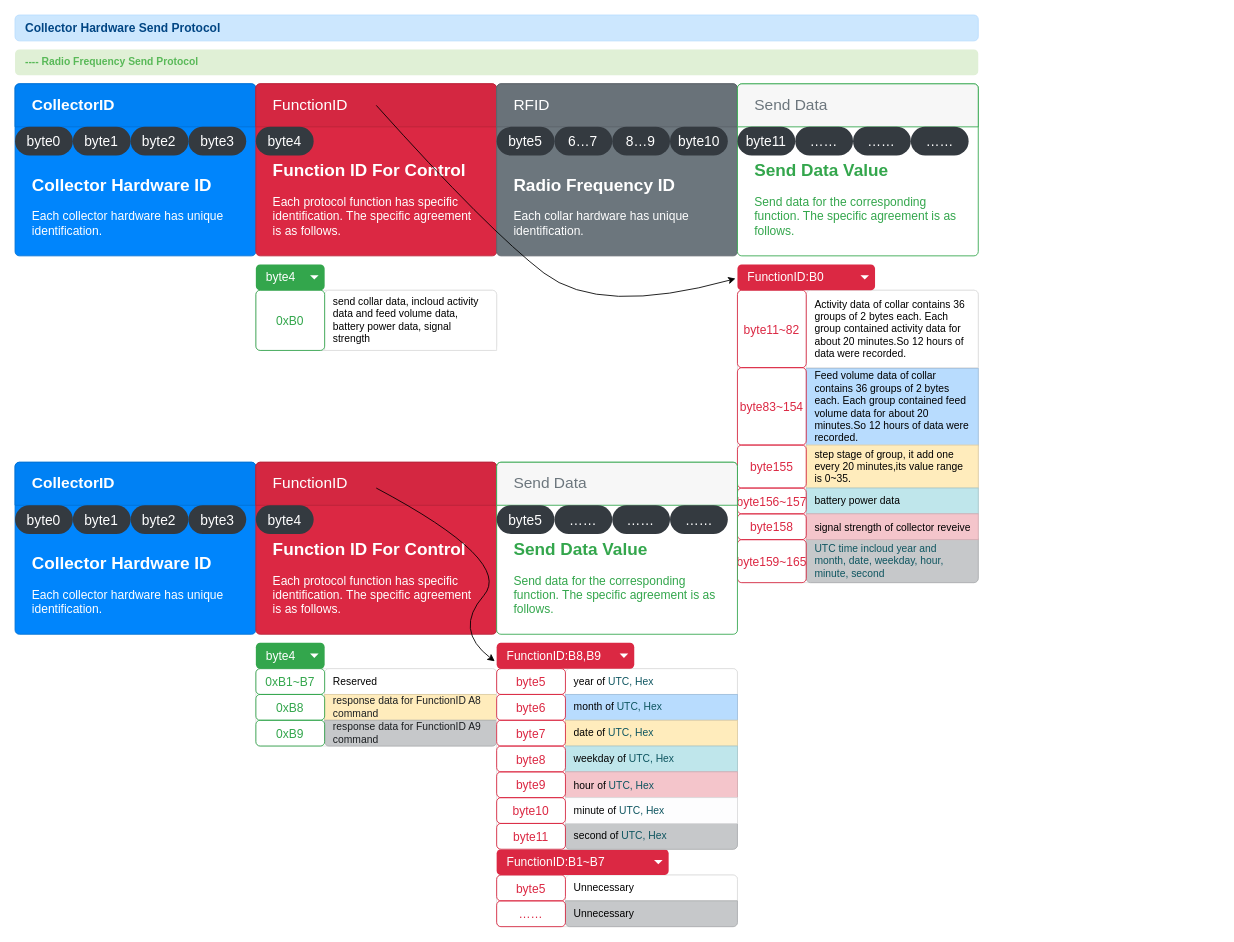
Earlier version of the draw.io diagram page "Collector Hardware Send Protocol" (2 of 5) of Doc/Hardware Protocol.drawio (phoenix9668/Collector). Source tidied: cells renumbered, new cells numbered last; positions are measured from the earlier drawing's top-left corner, leaving out a move shared by most shapes. Both pictures are drawn from the tidied source at 86%, with x=0, y=0 at pixel (15, 15).
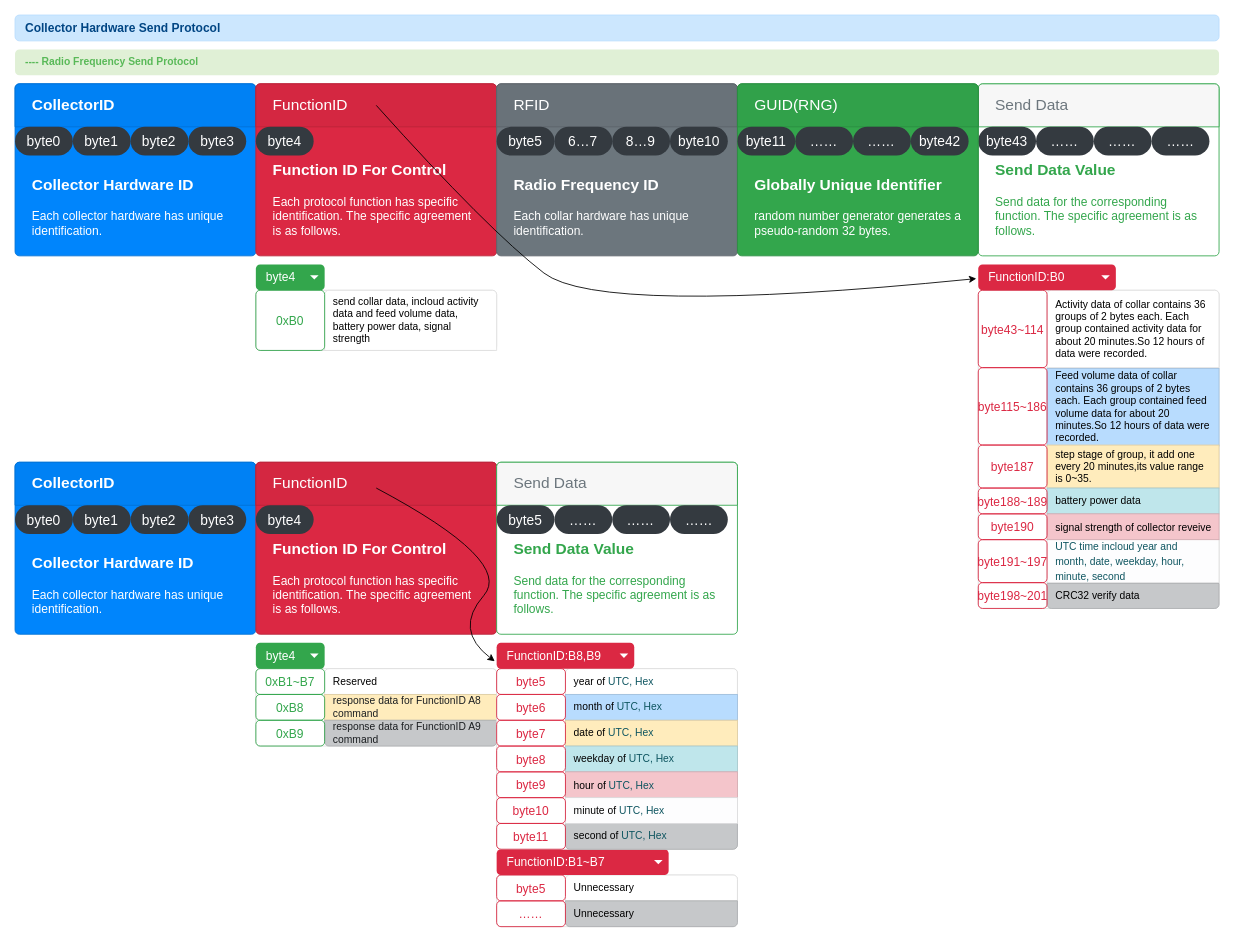
The same diagram, later.

Change to the diagram source:
```diff
@@
-    <mxCell id="9" value="&lt;span style=&quot;font-size: 20px&quot;&gt;&lt;b&gt;Collector Hardware ID&amp;nbsp;&lt;/b&gt;&lt;/span&gt;&lt;br style=&quot;font-size: 14px&quot;&gt;&lt;br style=&quot;font-size: 14px&quot;&gt;Each collector hardware has unique identification." style="html=1;shadow=0;dashed=0;shape=mxgraph.bootstrap.rrect;rSize=5;strokeColor=#0071D5;html=1;whiteSpace=wrap;fillColor=#0085FC;fontColor=#ffffff;verticalAlign=bottom;align=left;spacing=20;spacingBottom=0;fontSize=14;" parent="1" vertex="1">
+    <mxCell id="9" value="&lt;b&gt;&lt;font style=&quot;font-size: 18px&quot;&gt;Collector Hardware ID&amp;nbsp;&lt;/font&gt;&lt;/b&gt;&lt;br style=&quot;font-size: 14px&quot;&gt;&lt;br style=&quot;font-size: 14px&quot;&gt;Each collector hardware has unique identification." style="html=1;shadow=0;dashed=0;shape=mxgraph.bootstrap.rrect;rSize=5;strokeColor=#0071D5;html=1;whiteSpace=wrap;fillColor=#0085FC;fontColor=#ffffff;verticalAlign=bottom;align=left;spacing=20;spacingBottom=0;fontSize=14;" parent="1" vertex="1">
       <mxGeometry y="80" width="280" height="200" as="geometry" />
     </mxCell>
@@
-    <mxCell id="15" value="&lt;b&gt;&lt;span style=&quot;font-size: 20px&quot;&gt;Function ID For Control&amp;nbsp;&lt;/span&gt;&lt;/b&gt;&lt;br style=&quot;font-size: 14px&quot;&gt;&lt;br style=&quot;font-size: 14px&quot;&gt;Each protocol function has specific identification. The specific agreement is as follows." style="html=1;shadow=0;dashed=0;shape=mxgraph.bootstrap.rrect;rSize=5;strokeColor=#BA2239;html=1;whiteSpace=wrap;fillColor=#DB2843;fontColor=#ffffff;verticalAlign=bottom;align=left;spacing=20;spacingBottom=0;fontSize=14;" parent="1" vertex="1">
+    <mxCell id="15" value="&lt;b&gt;&lt;font style=&quot;font-size: 18px&quot;&gt;Function ID For Control&lt;/font&gt;&lt;span style=&quot;font-size: 20px&quot;&gt;&amp;nbsp;&lt;/span&gt;&lt;/b&gt;&lt;br style=&quot;font-size: 14px&quot;&gt;&lt;br style=&quot;font-size: 14px&quot;&gt;Each protocol function has specific identification. The specific agreement is as follows." style="html=1;shadow=0;dashed=0;shape=mxgraph.bootstrap.rrect;rSize=5;strokeColor=#BA2239;html=1;whiteSpace=wrap;fillColor=#DB2843;fontColor=#ffffff;verticalAlign=bottom;align=left;spacing=20;spacingBottom=0;fontSize=14;" parent="1" vertex="1">
       <mxGeometry x="280" y="80" width="280" height="200" as="geometry" />
     </mxCell>
@@
-    <mxCell id="23" value="&lt;span style=&quot;font-size: 20px&quot;&gt;&lt;b&gt;Radio Frequency ID&lt;/b&gt;&lt;/span&gt;&lt;br style=&quot;font-size: 14px&quot;&gt;&lt;br style=&quot;font-size: 14px&quot;&gt;Each collar hardware has unique identification." style="html=1;shadow=0;dashed=0;shape=mxgraph.bootstrap.rrect;rSize=5;strokeColor=#5B646A;html=1;whiteSpace=wrap;fillColor=#6C767D;fontColor=#ffffff;verticalAlign=bottom;align=left;spacing=20;spacingBottom=0;fontSize=14;" parent="1" vertex="1">
+    <mxCell id="23" value="&lt;b&gt;&lt;font style=&quot;font-size: 18px&quot;&gt;Radio Frequency ID&lt;/font&gt;&lt;/b&gt;&lt;br style=&quot;font-size: 14px&quot;&gt;&lt;br style=&quot;font-size: 14px&quot;&gt;Each collar hardware has unique identification." style="html=1;shadow=0;dashed=0;shape=mxgraph.bootstrap.rrect;rSize=5;strokeColor=#5B646A;html=1;whiteSpace=wrap;fillColor=#6C767D;fontColor=#ffffff;verticalAlign=bottom;align=left;spacing=20;spacingBottom=0;fontSize=14;" parent="1" vertex="1">
       <mxGeometry x="560" y="80" width="280" height="200" as="geometry" />
     </mxCell>
@@
-    <mxCell id="29" value="&lt;b&gt;&lt;font style=&quot;font-size: 20px&quot;&gt;Send Data Value&lt;/font&gt;&lt;/b&gt;&lt;br style=&quot;font-size: 14px&quot;&gt;&lt;br style=&quot;font-size: 14px&quot;&gt;Send data for the corresponding function. The specific agreement is as follows." style="html=1;shadow=0;dashed=0;shape=mxgraph.bootstrap.rrect;rSize=5;strokeColor=#33A64C;html=1;whiteSpace=wrap;fillColor=#ffffff;fontColor=#33A64C;verticalAlign=bottom;align=left;spacing=20;spacingBottom=0;fontSize=14;" parent="1" vertex="1">
-      <mxGeometry x="840" y="80" width="280" height="200" as="geometry" />
+    <mxCell id="29" value="&lt;b&gt;&lt;font style=&quot;font-size: 18px&quot;&gt;Send Data Value&lt;/font&gt;&lt;/b&gt;&lt;br style=&quot;font-size: 14px&quot;&gt;&lt;br style=&quot;font-size: 14px&quot;&gt;Send data for the corresponding function. The specific agreement is as follows." style="html=1;shadow=0;dashed=0;shape=mxgraph.bootstrap.rrect;rSize=5;strokeColor=#33A64C;html=1;whiteSpace=wrap;fillColor=#ffffff;fontColor=#33A64C;verticalAlign=bottom;align=left;spacing=20;spacingBottom=0;fontSize=14;" parent="1" vertex="1">
+      <mxGeometry x="1120" y="80" width="280" height="200" as="geometry" />
     </mxCell>
@@
-    <mxCell id="31" value="&lt;span style=&quot;font-size: 16px ; font-weight: 400&quot;&gt;byte11&lt;/span&gt;" style="rounded=1;whiteSpace=wrap;html=1;arcSize=50;strokeColor=none;strokeWidth=1;fillColor=#343A40;fontColor=#ffffff;whiteSpace=wrap;align=center;verticalAlign=middle;spacingLeft=0;fontStyle=1;fontSize=14;spacing=10;" parent="29" vertex="1">
+    <mxCell id="31" value="&lt;span style=&quot;font-size: 16px ; font-weight: 400&quot;&gt;byte43&lt;/span&gt;" style="rounded=1;whiteSpace=wrap;html=1;arcSize=50;strokeColor=none;strokeWidth=1;fillColor=#343A40;fontColor=#ffffff;whiteSpace=wrap;align=center;verticalAlign=middle;spacingLeft=0;fontStyle=1;fontSize=14;spacing=10;" parent="29" vertex="1">
       <mxGeometry y="50" width="67.2" height="33.3" as="geometry" />
     </mxCell>
@@
     <mxCell id="37" value="&lt;b&gt;Collector Hardware Send Protocol&lt;/b&gt;" style="html=1;shadow=0;dashed=0;shape=mxgraph.bootstrap.rrect;rSize=5;strokeColor=#B8DCFE;strokeWidth=1;fillColor=#CCE7FE;fontColor=#004583;whiteSpace=wrap;align=left;verticalAlign=middle;spacingLeft=10;fontSize=14;" parent="1" vertex="1">
-      <mxGeometry width="1120" height="30" as="geometry" />
+      <mxGeometry width="1400" height="30" as="geometry" />
     </mxCell>
     <mxCell id="38" style="html=1;shadow=0;dashed=0;shape=mxgraph.bootstrap.rrect;rSize=5;strokeColor=#DFDFDF;html=1;whiteSpace=wrap;fillColor=#FFFFFF;fontColor=#000000;" parent="1" vertex="1">
-      <mxGeometry x="840" y="320" width="280" height="340" as="geometry" />
+      <mxGeometry x="1120" y="320" width="280" height="370" as="geometry" />
     </mxCell>
+    <mxCell id="95" value="&lt;span style=&quot;color: rgb(14 , 85 , 96) ; font-size: 12px&quot;&gt;UTC time incloud year and month, date, weekday, hour, minute, second&lt;/span&gt;" style="html=1;fillColor=#FDFDFE;strokeColor=#DDDDDE;fontColor=#818182;shadow=0;dashed=0;perimeter=none;whiteSpace=wrap;align=left;spacing=10;fontSize=14;" parent="38" vertex="1">
+      <mxGeometry x="80" y="290" width="200" height="50" as="geometry" />
+    </mxCell>
@@
-    <mxCell id="43" value="&lt;span style=&quot;color: rgb(14 , 85 , 96)&quot;&gt;UTC time incloud year and month, date, weekday, hour, minute, second&lt;/span&gt;" style="html=1;shadow=0;dashed=0;shape=mxgraph.bootstrap.bottomButton;fillColor=#C6C8CA;strokeColor=#ADAFB1;fontColor=#1B1E21;rSize=5;perimeter=none;whiteSpace=wrap;align=left;spacing=10;" parent="38" vertex="1">
-      <mxGeometry y="1" width="200" height="51" relative="1" as="geometry">
-        <mxPoint x="80" y="-51" as="offset" />
+    <mxCell id="43" value="&lt;span style=&quot;color: rgb(0 , 0 , 0)&quot;&gt;CRC32 verify data&lt;/span&gt;" style="html=1;shadow=0;dashed=0;shape=mxgraph.bootstrap.bottomButton;fillColor=#C6C8CA;strokeColor=#ADAFB1;fontColor=#1B1E21;rSize=5;perimeter=none;whiteSpace=wrap;align=left;spacing=10;" parent="38" vertex="1">
+      <mxGeometry y="1" width="200" height="29" relative="1" as="geometry">
+        <mxPoint x="80" y="-29" as="offset" />
       </mxGeometry>
     </mxCell>
-    <mxCell id="44" value="&lt;font style=&quot;font-size: 14px&quot; color=&quot;#db2843&quot;&gt;byte11~82&lt;/font&gt;" style="html=1;shadow=0;dashed=0;shape=mxgraph.bootstrap.rrect;rSize=5;strokeColor=#DB2843;strokeWidth=1;fillColor=none;fontColor=#33A64C;whiteSpace=wrap;align=center;verticalAlign=middle;spacingLeft=0;fontStyle=0;fontSize=16;spacing=5;" parent="38" vertex="1">
+    <mxCell id="44" value="&lt;font style=&quot;font-size: 14px&quot; color=&quot;#db2843&quot;&gt;byte43~114&lt;/font&gt;" style="html=1;shadow=0;dashed=0;shape=mxgraph.bootstrap.rrect;rSize=5;strokeColor=#DB2843;strokeWidth=1;fillColor=none;fontColor=#33A64C;whiteSpace=wrap;align=center;verticalAlign=middle;spacingLeft=0;fontStyle=0;fontSize=16;spacing=5;" parent="38" vertex="1">
       <mxGeometry width="80" height="90" as="geometry" />
     </mxCell>
-    <mxCell id="45" value="&lt;span style=&quot;color: rgb(219 , 40 , 67) ; font-size: 14px&quot;&gt;byte155&lt;/span&gt;" style="html=1;shadow=0;dashed=0;shape=mxgraph.bootstrap.rrect;rSize=5;strokeColor=#DB2843;strokeWidth=1;fillColor=none;fontColor=#33A64C;whiteSpace=wrap;align=center;verticalAlign=middle;spacingLeft=0;fontStyle=0;fontSize=16;spacing=5;" parent="38" vertex="1">
+    <mxCell id="45" value="&lt;span style=&quot;color: rgb(219 , 40 , 67) ; font-size: 14px&quot;&gt;byte187&lt;/span&gt;" style="html=1;shadow=0;dashed=0;shape=mxgraph.bootstrap.rrect;rSize=5;strokeColor=#DB2843;strokeWidth=1;fillColor=none;fontColor=#33A64C;whiteSpace=wrap;align=center;verticalAlign=middle;spacingLeft=0;fontStyle=0;fontSize=16;spacing=5;" parent="38" vertex="1">
       <mxGeometry y="180" width="80" height="50" as="geometry" />
     </mxCell>
@@
-    <mxCell id="47" value="&lt;span style=&quot;color: rgb(219 , 40 , 67) ; font-size: 14px&quot;&gt;byte156~157&lt;/span&gt;" style="html=1;shadow=0;dashed=0;shape=mxgraph.bootstrap.rrect;rSize=5;strokeColor=#DB2843;strokeWidth=1;fillColor=none;fontColor=#33A64C;whiteSpace=wrap;align=center;verticalAlign=middle;spacingLeft=0;fontStyle=0;fontSize=16;spacing=5;" parent="38" vertex="1">
+    <mxCell id="47" value="&lt;span style=&quot;color: rgb(219 , 40 , 67) ; font-size: 14px&quot;&gt;byte188~189&lt;/span&gt;" style="html=1;shadow=0;dashed=0;shape=mxgraph.bootstrap.rrect;rSize=5;strokeColor=#DB2843;strokeWidth=1;fillColor=none;fontColor=#33A64C;whiteSpace=wrap;align=center;verticalAlign=middle;spacingLeft=0;fontStyle=0;fontSize=16;spacing=5;" parent="38" vertex="1">
       <mxGeometry y="230" width="80" height="30" as="geometry" />
     </mxCell>
-    <mxCell id="48" value="&lt;span style=&quot;color: rgb(219 , 40 , 67) ; font-size: 14px&quot;&gt;byte158&lt;/span&gt;" style="html=1;shadow=0;dashed=0;shape=mxgraph.bootstrap.rrect;rSize=5;strokeColor=#DB2843;strokeWidth=1;fillColor=none;fontColor=#33A64C;whiteSpace=wrap;align=center;verticalAlign=middle;spacingLeft=0;fontStyle=0;fontSize=16;spacing=5;" parent="38" vertex="1">
-      <mxGeometry y="260" width="80" height="30" as="geometry" />
+    <mxCell id="48" value="&lt;span style=&quot;color: rgb(219 , 40 , 67) ; font-size: 14px&quot;&gt;byte191~197&lt;/span&gt;" style="html=1;shadow=0;dashed=0;shape=mxgraph.bootstrap.rrect;rSize=5;strokeColor=#DB2843;strokeWidth=1;fillColor=none;fontColor=#33A64C;whiteSpace=wrap;align=center;verticalAlign=middle;spacingLeft=0;fontStyle=0;fontSize=16;spacing=5;" parent="38" vertex="1">
+      <mxGeometry y="290" width="80" height="50" as="geometry" />
     </mxCell>
-    <mxCell id="49" value="&lt;span style=&quot;color: rgb(219 , 40 , 67) ; font-size: 14px&quot;&gt;byte159~165&lt;/span&gt;" style="html=1;shadow=0;dashed=0;shape=mxgraph.bootstrap.rrect;rSize=5;strokeColor=#DB2843;strokeWidth=1;fillColor=none;fontColor=#33A64C;whiteSpace=wrap;align=center;verticalAlign=middle;spacingLeft=0;fontStyle=0;fontSize=16;spacing=5;" parent="38" vertex="1">
-      <mxGeometry y="290" width="80" height="50" as="geometry" />
+    <mxCell id="49" value="&lt;span style=&quot;color: rgb(219 , 40 , 67) ; font-size: 14px&quot;&gt;byte198~201&lt;/span&gt;" style="html=1;shadow=0;dashed=0;shape=mxgraph.bootstrap.rrect;rSize=5;strokeColor=#DB2843;strokeWidth=1;fillColor=none;fontColor=#33A64C;whiteSpace=wrap;align=center;verticalAlign=middle;spacingLeft=0;fontStyle=0;fontSize=16;spacing=5;" parent="38" vertex="1">
+      <mxGeometry y="340" width="80" height="30" as="geometry" />
     </mxCell>
-    <mxCell id="50" value="&lt;font style=&quot;font-size: 14px&quot; color=&quot;#db2843&quot;&gt;byte83~154&lt;/font&gt;" style="html=1;shadow=0;dashed=0;shape=mxgraph.bootstrap.rrect;rSize=5;strokeColor=#DB2843;strokeWidth=1;fillColor=none;fontColor=#33A64C;whiteSpace=wrap;align=center;verticalAlign=middle;spacingLeft=0;fontStyle=0;fontSize=16;spacing=5;" parent="38" vertex="1">
+    <mxCell id="50" value="&lt;font style=&quot;font-size: 14px&quot; color=&quot;#db2843&quot;&gt;byte115~186&lt;/font&gt;" style="html=1;shadow=0;dashed=0;shape=mxgraph.bootstrap.rrect;rSize=5;strokeColor=#DB2843;strokeWidth=1;fillColor=none;fontColor=#33A64C;whiteSpace=wrap;align=center;verticalAlign=middle;spacingLeft=0;fontStyle=0;fontSize=16;spacing=5;" parent="38" vertex="1">
       <mxGeometry y="90" width="80" height="90" as="geometry" />
     </mxCell>
+    <mxCell id="96" value="&lt;span style=&quot;color: rgb(219 , 40 , 67) ; font-size: 14px&quot;&gt;byte190&lt;/span&gt;" style="html=1;shadow=0;dashed=0;shape=mxgraph.bootstrap.rrect;rSize=5;strokeColor=#DB2843;strokeWidth=1;fillColor=none;fontColor=#33A64C;whiteSpace=wrap;align=center;verticalAlign=middle;spacingLeft=0;fontStyle=0;fontSize=16;spacing=5;" parent="38" vertex="1">
+      <mxGeometry y="260" width="80" height="30" as="geometry" />
+    </mxCell>
     <mxCell id="51" value="FunctionID:B0" style="html=1;shadow=0;dashed=0;shape=mxgraph.bootstrap.rrect;rSize=5;strokeColor=none;strokeWidth=1;fillColor=#DB2843;fontColor=#ffffff;whiteSpace=wrap;align=left;verticalAlign=middle;fontStyle=0;fontSize=14;spacingLeft=10;" parent="1" vertex="1">
-      <mxGeometry x="840" y="290" width="160" height="30" as="geometry" />
+      <mxGeometry x="1120" y="290" width="160" height="30" as="geometry" />
     </mxCell>
@@
     <mxCell id="78" value="&lt;b&gt;---- Radio Frequency Send Protocol&amp;nbsp;&lt;/b&gt;" style="html=1;shadow=0;dashed=0;shape=mxgraph.bootstrap.rrect;rSize=5;strokeColor=none;strokeWidth=1;fillColor=#E0F0D6;fontColor=#59B958;whiteSpace=wrap;align=left;verticalAlign=middle;spacingLeft=10;" parent="1" vertex="1">
-      <mxGeometry y="40" width="1120" height="30" as="geometry" />
+      <mxGeometry y="40" width="1400" height="30" as="geometry" />
     </mxCell>
-    <mxCell id="79" value="&lt;span style=&quot;font-size: 20px&quot;&gt;&lt;b&gt;Collector Hardware ID&amp;nbsp;&lt;/b&gt;&lt;/span&gt;&lt;br style=&quot;font-size: 14px&quot;&gt;&lt;br style=&quot;font-size: 14px&quot;&gt;Each collector hardware has unique identification." style="html=1;shadow=0;dashed=0;shape=mxgraph.bootstrap.rrect;rSize=5;strokeColor=#0071D5;html=1;whiteSpace=wrap;fillColor=#0085FC;fontColor=#ffffff;verticalAlign=bottom;align=left;spacing=20;spacingBottom=0;fontSize=14;" parent="1" vertex="1">
+    <mxCell id="79" value="&lt;b&gt;&lt;font style=&quot;font-size: 18px&quot;&gt;Collector Hardware ID&amp;nbsp;&lt;/font&gt;&lt;/b&gt;&lt;br style=&quot;font-size: 14px&quot;&gt;&lt;br style=&quot;font-size: 14px&quot;&gt;Each collector hardware has unique identification." style="html=1;shadow=0;dashed=0;shape=mxgraph.bootstrap.rrect;rSize=5;strokeColor=#0071D5;html=1;whiteSpace=wrap;fillColor=#0085FC;fontColor=#ffffff;verticalAlign=bottom;align=left;spacing=20;spacingBottom=0;fontSize=14;" parent="1" vertex="1">
       <mxGeometry y="520" width="280" height="200" as="geometry" />
     </mxCell>
@@
-    <mxCell id="85" value="&lt;b&gt;&lt;span style=&quot;font-size: 20px&quot;&gt;Function ID For Control&amp;nbsp;&lt;/span&gt;&lt;/b&gt;&lt;br style=&quot;font-size: 14px&quot;&gt;&lt;br style=&quot;font-size: 14px&quot;&gt;Each protocol function has specific identification. The specific agreement is as follows." style="html=1;shadow=0;dashed=0;shape=mxgraph.bootstrap.rrect;rSize=5;strokeColor=#BA2239;html=1;whiteSpace=wrap;fillColor=#DB2843;fontColor=#ffffff;verticalAlign=bottom;align=left;spacing=20;spacingBottom=0;fontSize=14;" parent="1" vertex="1">
+    <mxCell id="85" value="&lt;b&gt;&lt;font style=&quot;font-size: 18px&quot;&gt;Function ID For Control&amp;nbsp;&lt;/font&gt;&lt;/b&gt;&lt;br style=&quot;font-size: 14px&quot;&gt;&lt;br style=&quot;font-size: 14px&quot;&gt;Each protocol function has specific identification. The specific agreement is as follows." style="html=1;shadow=0;dashed=0;shape=mxgraph.bootstrap.rrect;rSize=5;strokeColor=#BA2239;html=1;whiteSpace=wrap;fillColor=#DB2843;fontColor=#ffffff;verticalAlign=bottom;align=left;spacing=20;spacingBottom=0;fontSize=14;" parent="1" vertex="1">
       <mxGeometry x="280" y="520" width="280" height="200" as="geometry" />
     </mxCell>
@@
-    <mxCell id="89" value="&lt;b&gt;&lt;font style=&quot;font-size: 20px&quot;&gt;Send Data Value&lt;/font&gt;&lt;/b&gt;&lt;br style=&quot;font-size: 14px&quot;&gt;&lt;br style=&quot;font-size: 14px&quot;&gt;Send data for the corresponding function. The specific agreement is as follows." style="html=1;shadow=0;dashed=0;shape=mxgraph.bootstrap.rrect;rSize=5;strokeColor=#33A64C;html=1;whiteSpace=wrap;fillColor=#ffffff;fontColor=#33A64C;verticalAlign=bottom;align=left;spacing=20;spacingBottom=0;fontSize=14;" parent="1" vertex="1">
+    <mxCell id="89" value="&lt;b&gt;&lt;font style=&quot;font-size: 18px&quot;&gt;Send Data Value&lt;/font&gt;&lt;/b&gt;&lt;br style=&quot;font-size: 14px&quot;&gt;&lt;br style=&quot;font-size: 14px&quot;&gt;Send data for the corresponding function. The specific agreement is as follows." style="html=1;shadow=0;dashed=0;shape=mxgraph.bootstrap.rrect;rSize=5;strokeColor=#33A64C;html=1;whiteSpace=wrap;fillColor=#ffffff;fontColor=#33A64C;verticalAlign=bottom;align=left;spacing=20;spacingBottom=0;fontSize=14;" parent="1" vertex="1">
       <mxGeometry x="560" y="520" width="280" height="200" as="geometry" />
     </mxCell>
@@
+    <mxCell id="97" value="&lt;b&gt;&lt;font style=&quot;font-size: 18px&quot;&gt;Globally Unique Identifier&lt;/font&gt;&lt;/b&gt;&lt;br style=&quot;font-size: 14px&quot;&gt;&lt;br style=&quot;font-size: 14px&quot;&gt;random number generator generates a pseudo-random 32 bytes." style="html=1;shadow=0;dashed=0;shape=mxgraph.bootstrap.rrect;rSize=5;strokeColor=#2B8D40;html=1;whiteSpace=wrap;fillColor=#33A64C;fontColor=#ffffff;verticalAlign=bottom;align=left;spacing=20;spacingBottom=0;fontSize=14;" parent="1" vertex="1">
+      <mxGeometry x="840" y="80" width="280" height="200" as="geometry" />
+    </mxCell>
+    <mxCell id="98" value="GUID(RNG)" style="html=1;shadow=0;dashed=0;shape=mxgraph.bootstrap.topButton;rSize=5;perimeter=none;whiteSpace=wrap;fillColor=#31A14A;strokeColor=#2B8D40;fontColor=#ffffff;fontSize=18;align=left;spacing=20;" parent="97" vertex="1">
+      <mxGeometry width="280" height="50" relative="1" as="geometry" />
+    </mxCell>
+    <mxCell id="99" value="&lt;span style=&quot;font-size: 16px ; font-weight: 400&quot;&gt;byte11&lt;/span&gt;" style="rounded=1;whiteSpace=wrap;html=1;arcSize=50;strokeColor=none;strokeWidth=1;fillColor=#343A40;fontColor=#ffffff;whiteSpace=wrap;align=center;verticalAlign=middle;spacingLeft=0;fontStyle=1;fontSize=14;spacing=10;" parent="1" vertex="1">
+      <mxGeometry x="840" y="130" width="67.2" height="33.3" as="geometry" />
+    </mxCell>
+    <mxCell id="100" value="&lt;span style=&quot;font-size: 16px ; font-weight: 400&quot;&gt;……&lt;/span&gt;&lt;span style=&quot;font-size: 16px ; font-weight: 400&quot;&gt;&lt;br&gt;&lt;/span&gt;" style="rounded=1;whiteSpace=wrap;html=1;arcSize=50;strokeColor=none;strokeWidth=1;fillColor=#343A40;fontColor=#ffffff;whiteSpace=wrap;align=center;verticalAlign=middle;spacingLeft=0;fontStyle=1;fontSize=14;spacing=10;" parent="1" vertex="1">
+      <mxGeometry x="907.2" y="130" width="67.2" height="33.3" as="geometry" />
+    </mxCell>
+    <mxCell id="101" value="&lt;span style=&quot;font-size: 16px ; font-weight: 400&quot;&gt;……&lt;/span&gt;&lt;span style=&quot;font-size: 16px ; font-weight: 400&quot;&gt;&lt;br&gt;&lt;/span&gt;" style="rounded=1;whiteSpace=wrap;html=1;arcSize=50;strokeColor=none;strokeWidth=1;fillColor=#343A40;fontColor=#ffffff;whiteSpace=wrap;align=center;verticalAlign=middle;spacingLeft=0;fontStyle=1;fontSize=14;spacing=10;" parent="1" vertex="1">
+      <mxGeometry x="974.4" y="130" width="67.2" height="33.3" as="geometry" />
+    </mxCell>
+    <mxCell id="102" value="&lt;span style=&quot;font-size: 16px ; font-weight: 400&quot;&gt;byte42&lt;br&gt;&lt;/span&gt;" style="rounded=1;whiteSpace=wrap;html=1;arcSize=50;strokeColor=none;strokeWidth=1;fillColor=#343A40;fontColor=#ffffff;whiteSpace=wrap;align=center;verticalAlign=middle;spacingLeft=0;fontStyle=1;fontSize=14;spacing=10;" parent="1" vertex="1">
+      <mxGeometry x="1041.6" y="130" width="67.2" height="33.3" as="geometry" />
+    </mxCell>
```
